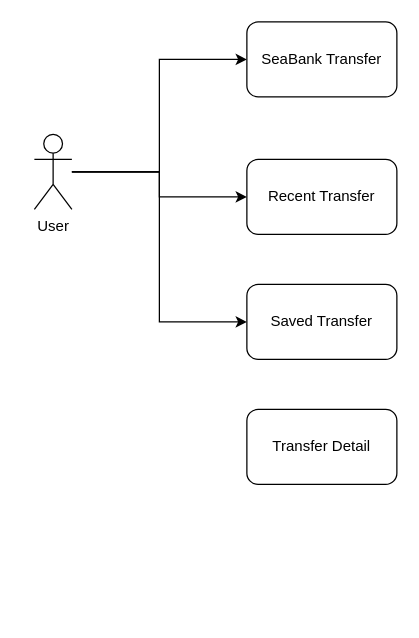
Earlier version of the draw.io diagram Transfer/useCase.drawio (RexYao97/sfrex). Source tidied: cells renumbered, new cells numbered last; positions are measured from the earlier drawing's top-left corner, leaving out a move shared by most shapes. Both pictures are drawn from the tidied source at 125%, with x=0, y=0 at pixel (34, 21).
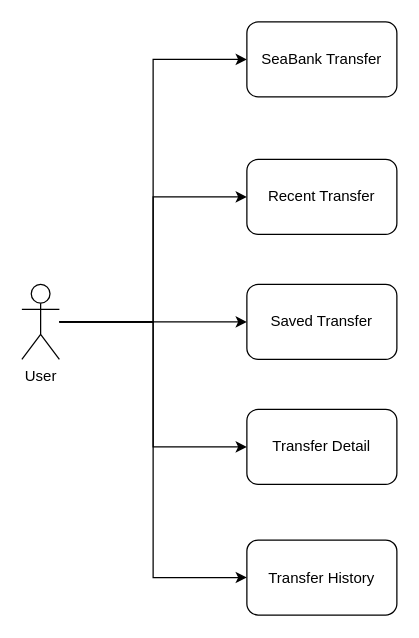
Above is the later version.

What changed in the source:
```diff
@@
 <mxGraphModel>
   <root>
     <mxCell id="0" />
     <mxCell id="1" parent="0" />
     <mxCell id="2" style="edgeStyle=orthogonalEdgeStyle;rounded=0;jettySize=auto;html=1;entryX=0;entryY=0.5;entryDx=0;entryDy=0;" parent="1" edge="1" source="5" target="6">
       <mxGeometry relative="1" as="geometry" />
     </mxCell>
+    <mxCell id="4" style="edgeStyle=orthogonalEdgeStyle;rounded=0;jettySize=auto;html=1;entryX=0;entryY=0.5;entryDx=0;entryDy=0;" parent="1" edge="1" source="5" target="8">
+      <mxGeometry relative="1" as="geometry" />
+    </mxCell>
+    <mxCell id="10" style="edgeStyle=orthogonalEdgeStyle;rounded=0;jettySize=auto;html=1;entryX=0;entryY=0.5;entryDx=0;entryDy=0;" parent="1" edge="1" source="5" target="9">
+      <mxGeometry relative="1" as="geometry" />
+    </mxCell>
+    <mxCell id="11" style="edgeStyle=orthogonalEdgeStyle;rounded=0;jettySize=auto;html=1;entryX=0;entryY=0.5;entryDx=0;entryDy=0;" parent="1" edge="1" source="5" target="12">
+      <mxGeometry relative="1" as="geometry" />
+    </mxCell>
-    <mxCell id="3" style="edgeStyle=orthogonalEdgeStyle;rounded=0;jettySize=auto;html=1;" parent="1" edge="1" source="5" target="7">
+    <mxCell id="3" style="edgeStyle=orthogonalEdgeStyle;rounded=0;jettySize=auto;html=1;entryX=0;entryY=0.5;entryDx=0;entryDy=0;" parent="1" edge="1" source="5" target="7">
       <mxGeometry relative="1" as="geometry" />
     </mxCell>
-    <mxCell id="4" style="edgeStyle=orthogonalEdgeStyle;rounded=0;jettySize=auto;html=1;entryX=0;entryY=0.5;entryDx=0;entryDy=0;" parent="1" edge="1" source="5" target="8">
-      <mxGeometry relative="1" as="geometry" />
-    </mxCell>
     <mxCell id="5" value="User" style="shape=umlActor;verticalLabelPosition=bottom;verticalAlign=top;html=1;outlineConnect=0;" parent="1" vertex="1">
-      <mxGeometry y="90" width="30" height="60" as="geometry" />
+      <mxGeometry x="-10" y="210" width="30" height="60" as="geometry" />
     </mxCell>
     <mxCell id="6" value="SeaBank Transfer" style="rounded=1;whiteSpace=wrap;html=1;" parent="1" vertex="1">
       <mxGeometry x="170" width="120" height="60" as="geometry" />
     </mxCell>
     <mxCell id="7" value="Recent Transfer" style="rounded=1;whiteSpace=wrap;html=1;" parent="1" vertex="1">
       <mxGeometry x="170" y="110" width="120" height="60" as="geometry" />
     </mxCell>
     <mxCell id="8" value="Saved Transfer" style="rounded=1;whiteSpace=wrap;html=1;" parent="1" vertex="1">
       <mxGeometry x="170" y="210" width="120" height="60" as="geometry" />
     </mxCell>
     <mxCell id="9" value="Transfer Detail" style="rounded=1;whiteSpace=wrap;html=1;" parent="1" vertex="1">
       <mxGeometry x="170" y="310" width="120" height="60" as="geometry" />
     </mxCell>
+    <mxCell id="12" value="Transfer History" style="rounded=1;whiteSpace=wrap;html=1;" parent="1" vertex="1">
+      <mxGeometry x="170" y="414.5" width="120" height="60" as="geometry" />
+    </mxCell>
   </root>
 </mxGraphModel>
```
